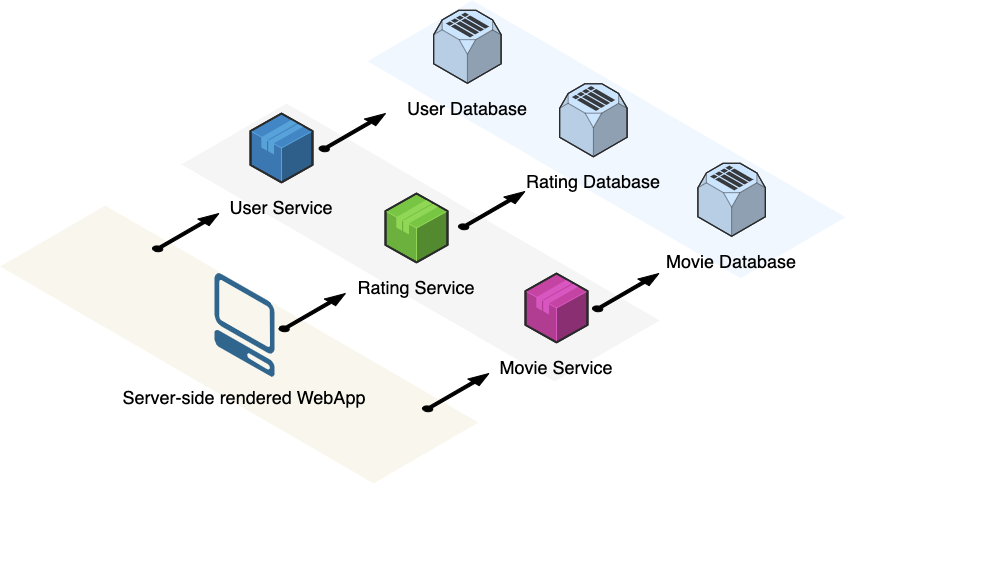
victorspringer/backend-coding-challenge keeps this draw.io diagram as architecture.png. Above is the earlier version. Source tidied: cells renumbered, new cells last; positions are measured from the earlier drawing's top-left corner, leaving out a move shared by most shapes.
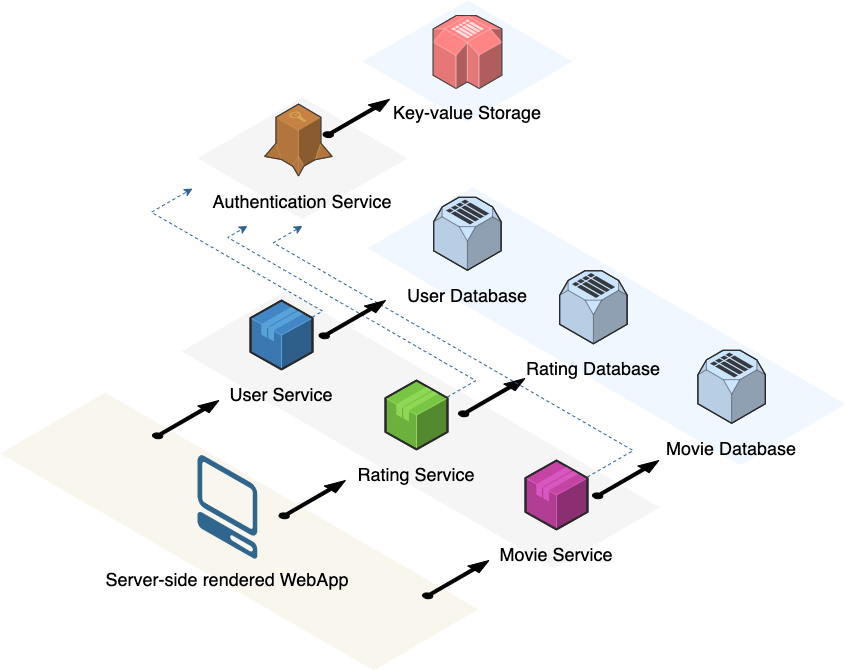
Later version of the same file.

The edit, as a diff of the source:
```diff
@@ -2,12 +2,15 @@
   <root>
     <mxCell id="0" />
     <mxCell id="1" parent="0" />
+    <mxCell id="43" style="verticalLabelPosition=bottom;html=1;verticalAlign=top;strokeWidth=1;align=center;dashed=0;shape=mxgraph.aws3d.spot2;fillColor=#f0f7ff;strokeColor=none;" parent="1" vertex="1">
+      <mxGeometry x="362" y="-187" width="210" height="121.9" as="geometry" />
+    </mxCell>
+    <mxCell id="44" style="verticalLabelPosition=bottom;html=1;verticalAlign=top;strokeWidth=1;align=center;dashed=0;shape=mxgraph.aws3d.spot2;fillColor=#f5f5f5;strokeColor=none;" parent="1" vertex="1">
+      <mxGeometry x="197" y="-90.2" width="210" height="121.9" as="geometry" />
+    </mxCell>
     <mxCell id="2" style="group;" parent="1" vertex="1">
       <mxGeometry x="-0.2" y="205" width="488.6" height="277.9" as="geometry" />
     </mxCell>
-    <mxCell id="3" style="verticalLabelPosition=bottom;html=1;verticalAlign=top;strokeWidth=1;align=center;dashed=0;shape=mxgraph.aws3d.spot2;fillColor=#f9f7ed;strokeColor=none;" parent="2" vertex="1">
-      <mxGeometry x="60.2" y="35.1" width="210" height="121.9" as="geometry" />
-    </mxCell>
     <mxCell id="4" style="group;" parent="2" vertex="1">
       <mxGeometry width="488.6" height="277.9" as="geometry" />
     </mxCell>
@@ -20,25 +23,34 @@
     <mxCell id="7" style="verticalLabelPosition=bottom;html=1;verticalAlign=top;strokeWidth=1;align=center;dashed=0;shape=mxgraph.aws3d.spot2;fillColor=#f9f7ed;strokeColor=none;" parent="4" vertex="1">
       <mxGeometry width="210" height="121.9" as="geometry" />
     </mxCell>
-    <mxCell id="8" value="&lt;span style=&quot;color: rgba(0, 0, 0, 0); font-family: monospace; font-size: 0px; text-align: start;&quot;&gt;%3CmxGraphModel%3E%3Croot%3E%3CmxCell%20id%3D%220%22%2F%3E%3CmxCell%20id%3D%221%22%20parent%3D%220%22%2F%3E%3CmxCell%20id%3D%222%22%20value%3D%22%26lt%3Bspan%20style%3D%26quot%3Bcolor%3A%20rgba(0%2C%200%2C%200%2C%200)%3B%20font-family%3A%20monospace%3B%20font-size%3A%200px%3B%20text-align%3A%20start%3B%26quot%3B%26gt%3B%253CmxGraphModel%253E%253Croot%253E%253CmxCell%2520id%253D%25220%2522%252F%253E%253CmxCell%2520id%253D%25221%2522%2520parent%253D%25220%2522%252F%253E%253CmxCell%2520id%253D%25222%2522%2520value%253D%2522%2522%2520style%253D%2522verticalLabelPosition%253Dbottom%253Bhtml%253D1%253BverticalAlign%253Dtop%253BstrokeWidth%253D1%253Balign%253Dcenter%253BoutlineConnect%253D0%253Bdashed%253D0%253BoutlineConnect%253D0%253Bshape%253Dmxgraph.aws3d.arrowNE%253BfillColor%253D%2523000000%253Baspect%253Dfixed%253B%2522%2520vertex%253D%25221%2522%2520parent%253D%25221%2522%253E%253CmxGeometry%2520x%253D%2522410%2522%2520y%253D%2522920%2522%2520width%253D%252266.38%2522%2520height%253D%252237.93%2522%2520as%253D%2522geometry%2522%252F%253E%253C%252FmxCell%253E%253C%252Froot%253E%253C%252FmxGraphModel%253E%26lt%3B%2Fspan%26gt%3B%22%20style%3D%22verticalLabelPosition%3Dbottom%3Bhtml%3D1%3BverticalAlign%3Dtop%3BstrokeWidth%3D1%3Balign%3Dcenter%3BoutlineConnect%3D0%3Bdashed%3D0%3BoutlineConnect%3D0%3Bshape%3Dmxgraph.aws3d.spot2%3BfillColor%3D%23f5f5f5%3BstrokeColor%3Dnone%3Baspect%3Dfixed%3B%22%20vertex%3D%221%22%20parent%3D%221%22%3E%3CmxGeometry%20x%3D%22371.85%22%20y%3D%22966.4%22%20width%3D%22209.98%22%20height%3D%22121.93%22%20as%3D%22geometry%22%2F%3E%3C%2FmxCell%3E%3C%2Froot%3E%3C%2FmxGraphModel%3E&lt;/span&gt;" style="verticalLabelPosition=bottom;html=1;verticalAlign=top;strokeWidth=1;align=center;dashed=0;shape=mxgraph.aws3d.arrowNE;fillColor=#000000;" parent="4" vertex="1">
+    <mxCell id="8" style="verticalLabelPosition=bottom;html=1;verticalAlign=top;strokeWidth=1;align=center;dashed=0;shape=mxgraph.aws3d.arrowNE;fillColor=#000000;" parent="4" vertex="1">
       <mxGeometry x="422.2" y="168" width="66.4" height="37.9" as="geometry" />
     </mxCell>
+    <mxCell id="3" style="verticalLabelPosition=bottom;html=1;verticalAlign=top;strokeWidth=1;align=center;dashed=0;shape=mxgraph.aws3d.spot2;fillColor=#f9f7ed;strokeColor=none;" parent="2" vertex="1">
+      <mxGeometry x="60.2" y="35.1" width="210" height="121.9" as="geometry" />
+    </mxCell>
-    <mxCell id="9" style="verticalLabelPosition=bottom;html=1;verticalAlign=top;strokeWidth=1;align=center;dashed=0;shape=mxgraph.aws3d.client;strokeColor=none;fillColor=#30658d;" parent="4" vertex="1">
-      <mxGeometry x="214.3" y="67.4" width="60" height="104" as="geometry" />
+    <mxCell id="9" style="verticalLabelPosition=bottom;html=1;verticalAlign=top;strokeWidth=1;align=center;dashed=0;shape=mxgraph.aws3d.client;strokeColor=none;fillColor=#30658d;" parent="1" vertex="1">
+      <mxGeometry x="197" y="267.4" width="60" height="104" as="geometry" />
     </mxCell>
-    <mxCell id="10" value="Server-side rendered WebApp" style="text;html=1;align=center;verticalAlign=middle;whiteSpace=wrap;rounded=0;fontSize=18;" parent="4" vertex="1">
-      <mxGeometry x="119.3" y="167.4" width="250" height="50" as="geometry" />
+    <mxCell id="10" value="Server-side rendered WebApp" style="text;html=1;align=center;verticalAlign=middle;whiteSpace=wrap;rounded=0;fontSize=18;" parent="1" vertex="1">
+      <mxGeometry x="102" y="367.4" width="250" height="50" as="geometry" />
     </mxCell>
+    <mxCell id="45" style="verticalLabelPosition=bottom;html=1;verticalAlign=top;strokeWidth=1;align=center;dashed=0;shape=mxgraph.aws3d.simpleDb2;fillColor=#ff8585;strokeColor=#ffe0e0;" parent="1" vertex="1">
+      <mxGeometry x="432.6" y="-172" width="68.8" height="73" as="geometry" />
+    </mxCell>
+    <mxCell id="46" value="Key-value Storage" style="text;html=1;align=center;verticalAlign=middle;whiteSpace=wrap;rounded=0;fontSize=18;fillColor=none;gradientColor=#ffffff;gradientDirection=north;" parent="1" vertex="1">
+      <mxGeometry x="387" y="-99" width="160" height="48.8" as="geometry" />
+    </mxCell>
     <mxCell id="11" style="group;" parent="1" vertex="1">
-      <mxGeometry x="181" y="103" width="815.9" height="460.3" as="geometry" />
+      <mxGeometry x="181" y="103" width="614.1" height="288.8" as="geometry" />
     </mxCell>
     <mxCell id="12" style="verticalLabelPosition=bottom;html=1;verticalAlign=top;strokeWidth=1;align=center;dashed=0;shape=mxgraph.aws3d.spot2;fillColor=#f5f5f5;strokeColor=none;" parent="11" vertex="1">
       <mxGeometry x="60.2" y="35.1" width="210" height="121.9" as="geometry" />
     </mxCell>
     <mxCell id="13" style="group;" parent="11" vertex="1">
-      <mxGeometry width="815.9" height="460.3" as="geometry" />
+      <mxGeometry width="614.1" height="288.8" as="geometry" />
     </mxCell>
-    <mxCell id="14" value="&lt;span style=&quot;color: rgba(0, 0, 0, 0); font-family: monospace; font-size: 0px; text-align: start;&quot;&gt;%3CmxGraphModel%3E%3Croot%3E%3CmxCell%20id%3D%220%22%2F%3E%3CmxCell%20id%3D%221%22%20parent%3D%220%22%2F%3E%3CmxCell%20id%3D%222%22%20value%3D%22%22%20style%3D%22verticalLabelPosition%3Dbottom%3Bhtml%3D1%3BverticalAlign%3Dtop%3BstrokeWidth%3D1%3Balign%3Dcenter%3BoutlineConnect%3D0%3Bdashed%3D0%3BoutlineConnect%3D0%3Bshape%3Dmxgraph.aws3d.arrowNE%3BfillColor%3D%23000000%3Baspect%3Dfixed%3B%22%20vertex%3D%221%22%20parent%3D%221%22%3E%3CmxGeometry%20x%3D%22410%22%20y%3D%22920%22%20width%3D%2266.38%22%20height%3D%2237.93%22%20as%3D%22geometry%22%2F%3E%3C%2FmxCell%3E%3C%2Froot%3E%3C%2FmxGraphModel%3E&lt;/span&gt;" style="verticalLabelPosition=bottom;html=1;verticalAlign=top;strokeWidth=1;align=center;dashed=0;shape=mxgraph.aws3d.spot2;fillColor=#f5f5f5;strokeColor=none;" parent="13" vertex="1">
+    <mxCell id="14" style="verticalLabelPosition=bottom;html=1;verticalAlign=top;strokeWidth=1;align=center;dashed=0;shape=mxgraph.aws3d.spot2;fillColor=#f5f5f5;strokeColor=none;" parent="13" vertex="1">
       <mxGeometry x="268.2" y="156" width="210" height="121.9" as="geometry" />
     </mxCell>
     <mxCell id="15" style="verticalLabelPosition=bottom;html=1;verticalAlign=top;strokeWidth=1;align=center;dashed=0;shape=mxgraph.aws3d.spot2;fillColor=#f5f5f5;strokeColor=none;" parent="13" vertex="1">
@@ -78,15 +90,15 @@
       <mxGeometry x="101" width="66.4" height="37.9" as="geometry" />
     </mxCell>
     <mxCell id="27" style="group;" parent="13" vertex="1">
-      <mxGeometry x="185.9" y="-103.2" width="630" height="366" as="geometry" />
+      <mxGeometry x="185.9" y="-103.2" width="478.2" height="286" as="geometry" />
     </mxCell>
     <mxCell id="28" style="verticalLabelPosition=bottom;html=1;verticalAlign=top;strokeWidth=1;align=center;dashed=0;shape=mxgraph.aws3d.spot2;fillColor=#f0f7ff;strokeColor=none;" parent="27" vertex="1">
       <mxGeometry x="60.2" y="35.1" width="210" height="121.9" as="geometry" />
     </mxCell>
     <mxCell id="29" style="group;" parent="27" vertex="1">
-      <mxGeometry width="630" height="366" as="geometry" />
+      <mxGeometry width="478.2" height="286" as="geometry" />
     </mxCell>
-    <mxCell id="30" value="&lt;span style=&quot;color: rgba(0, 0, 0, 0); font-family: monospace; font-size: 0px; text-align: start;&quot;&gt;%3CmxGraphModel%3E%3Croot%3E%3CmxCell%20id%3D%220%22%2F%3E%3CmxCell%20id%3D%221%22%20parent%3D%220%22%2F%3E%3CmxCell%20id%3D%222%22%20value%3D%22%22%20style%3D%22verticalLabelPosition%3Dbottom%3Bhtml%3D1%3BverticalAlign%3Dtop%3BstrokeWidth%3D1%3Balign%3Dcenter%3BoutlineConnect%3D0%3Bdashed%3D0%3BoutlineConnect%3D0%3Bshape%3Dmxgraph.aws3d.spot2%3BfillColor%3D%23f9f7ed%3BstrokeColor%3Dnone%3Baspect%3Dfixed%3B%22%20vertex%3D%221%22%20parent%3D%221%22%3E%3CmxGeometry%20x%3D%2286.02000000000001%22%20y%3D%221008%22%20width%3D%22209.98%22%20height%3D%22121.93%22%20as%3D%22geometry%22%2F%3E%3C%2FmxCell%3E%3C%2Froot%3E%3C%2FmxGraphModel%3E&lt;/span&gt;" style="verticalLabelPosition=bottom;html=1;verticalAlign=top;strokeWidth=1;align=center;dashed=0;shape=mxgraph.aws3d.spot2;fillColor=#f0f7ff;strokeColor=none;" parent="29" vertex="1">
+    <mxCell id="30" style="verticalLabelPosition=bottom;html=1;verticalAlign=top;strokeWidth=1;align=center;dashed=0;shape=mxgraph.aws3d.spot2;fillColor=#f0f7ff;strokeColor=none;" parent="29" vertex="1">
       <mxGeometry x="268.2" y="156" width="210" height="121.9" as="geometry" />
     </mxCell>
     <mxCell id="31" style="verticalLabelPosition=bottom;html=1;verticalAlign=top;strokeWidth=1;align=center;dashed=0;shape=mxgraph.aws3d.spot2;fillColor=#f0f7ff;strokeColor=none;" parent="29" vertex="1">
@@ -122,8 +134,34 @@
     <mxCell id="41" style="verticalLabelPosition=bottom;html=1;verticalAlign=top;strokeWidth=1;align=center;dashed=0;shape=mxgraph.aws3d.arrowNE;fillColor=#000000;" parent="13" vertex="1">
       <mxGeometry x="97.5" y="190" width="66.4" height="37.9" as="geometry" />
     </mxCell>
+    <mxCell id="47" value="Authentication Service" style="text;html=1;align=center;verticalAlign=middle;whiteSpace=wrap;rounded=0;fontSize=18;" parent="1" vertex="1">
+      <mxGeometry x="192" y="-11.5" width="220" height="50" as="geometry" />
+    </mxCell>
+    <mxCell id="48" style="verticalLabelPosition=bottom;html=1;verticalAlign=top;strokeWidth=1;align=center;dashed=0;shape=mxgraph.aws3d.securityTokenService;fillColor=#c58244;strokeColor=#d7a856;direction=east;" parent="1" vertex="1">
+      <mxGeometry x="264.2" y="-83.5" width="67.5" height="72" as="geometry" />
+    </mxCell>
+    <mxCell id="49" style="edgeStyle=isometricEdgeStyle;rounded=0;jettySize=auto;html=1;entryX=0;entryY=0.25;entryDx=0;entryDy=0;dashed=1;strokeColor=#2d6095;" parent="1" edge="1" source="22" target="47">
+      <mxGeometry relative="1" as="geometry" />
+    </mxCell>
+    <mxCell id="50" style="edgeStyle=isometricEdgeStyle;rounded=0;jettySize=auto;html=1;entryX=0.25;entryY=1;entryDx=0;entryDy=0;dashed=1;strokeColor=#2d6095;" parent="1" edge="1" source="18" target="47">
+      <mxGeometry relative="1" as="geometry">
+        <Array as="points">
+          <mxPoint x="352" y="122" />
+        </Array>
+      </mxGeometry>
+    </mxCell>
+    <mxCell id="51" style="edgeStyle=isometricEdgeStyle;rounded=0;jettySize=auto;html=1;entryX=0.5;entryY=1;entryDx=0;entryDy=0;dashed=1;strokeColor=#2d6095;" parent="1" edge="1" source="24" target="47">
+      <mxGeometry relative="1" as="geometry">
+        <Array as="points">
+          <mxPoint x="442" y="153" />
+        </Array>
+      </mxGeometry>
+    </mxCell>
     <mxCell id="42" style="verticalLabelPosition=bottom;html=1;verticalAlign=top;strokeWidth=1;align=center;dashed=0;shape=mxgraph.aws3d.arrowNE;fillColor=#000000;" parent="1" vertex="1">
       <mxGeometry x="318.6" y="113" width="66.4" height="37.9" as="geometry" />
     </mxCell>
+    <mxCell id="52" style="verticalLabelPosition=bottom;html=1;verticalAlign=top;strokeWidth=1;align=center;dashed=0;shape=mxgraph.aws3d.arrowNE;fillColor=#000000;" parent="1" vertex="1">
+      <mxGeometry x="322.6" y="-88.1" width="66.4" height="37.9" as="geometry" />
+    </mxCell>
   </root>
 </mxGraphModel>
```
